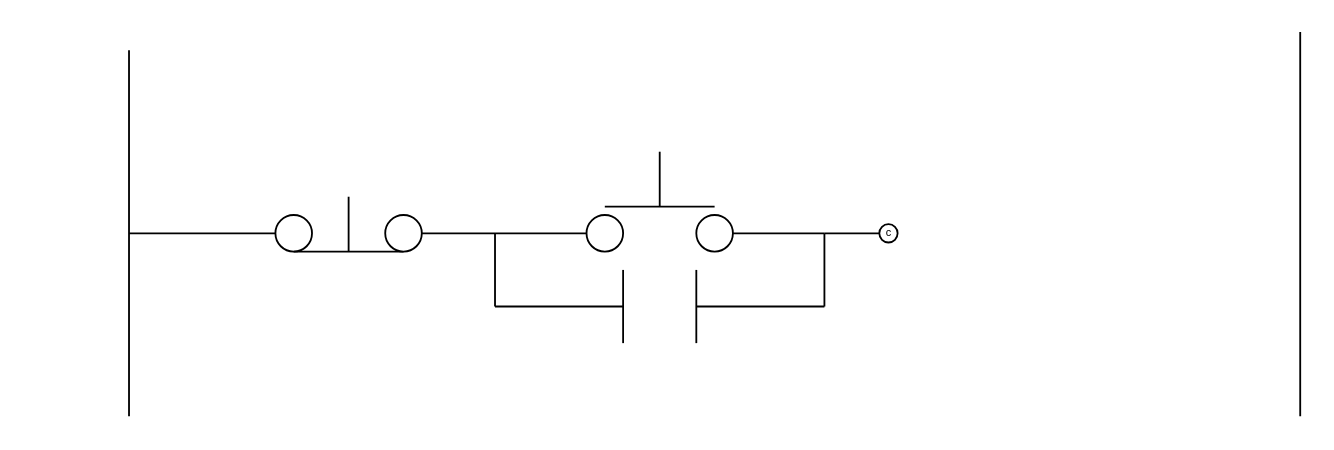
This is Untitled Diagram.drawio from JakeBenjamin/Jakesrepo, a draw.io file, before an edit. Source tidied: cells renumbered, new cells numbered last; positions are measured from the earlier drawing's top-left corner, leaving out a move shared by most shapes. Both pictures are drawn from the tidied source at 183%, with x=0, y=0 at pixel (128, 31).
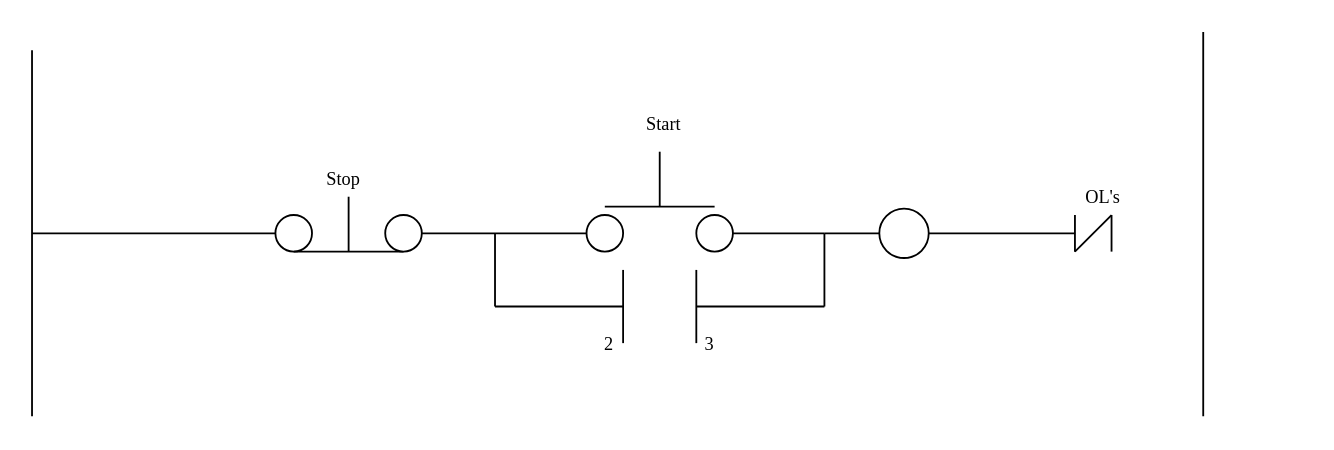
The same diagram, later.

The change refers to these unchanged cells:
```xml
<mxCell id="5" style="ellipse;whiteSpace=wrap;html=1;" parent="1" vertex="1">
  <mxGeometry x="80" y="100" width="20" height="20" as="geometry" />
</mxCell>
```

Diff of the diagram source:
```diff
@@
     <mxCell id="2" style="endArrow=none;html=1;rounded=0;" parent="1" edge="1">
       <mxGeometry relative="1" as="geometry">
-        <mxPoint y="210" as="sourcePoint" />
-        <mxPoint y="10" as="targetPoint" />
+        <mxPoint x="-53" y="210" as="sourcePoint" />
+        <mxPoint x="-53" y="10" as="targetPoint" />
       </mxGeometry>
     </mxCell>
     <mxCell id="3" style="endArrow=none;html=1;rounded=0;" parent="1" edge="1">
       <mxGeometry relative="1" as="geometry">
-        <mxPoint x="640" y="210" as="sourcePoint" />
-        <mxPoint x="640" as="targetPoint" />
+        <mxPoint x="587" y="210" as="sourcePoint" />
+        <mxPoint x="587" as="targetPoint" />
       </mxGeometry>
     </mxCell>
-    <mxCell id="4" style="endArrow=none;html=1;rounded=0;" parent="1" edge="1">
+    <mxCell id="4" style="endArrow=none;html=1;rounded=0;entryX=0;entryY=0.5;entryDx=0;entryDy=0;" parent="1" edge="1" target="5">
       <mxGeometry relative="1" as="geometry">
-        <mxPoint y="110" as="sourcePoint" />
-        <mxPoint x="80" y="110" as="targetPoint" />
+        <mxPoint x="-53" y="110" as="sourcePoint" />
       </mxGeometry>
     </mxCell>
@@
-    <mxCell id="23" style="ellipse;whiteSpace=wrap;html=1;" parent="1" vertex="1">
-      <mxGeometry x="410" y="105" width="10" height="10" as="geometry" />
+    <mxCell id="23" style="ellipse;whiteSpace=wrap;html=1;direction=west;" parent="1" vertex="1">
+      <mxGeometry x="410" y="96.5" width="27" height="27" as="geometry" />
     </mxCell>
+    <mxCell id="25" style="endArrow=none;html=1;rounded=0;fontFamily=Times New Roman;fontSize=10;fontColor=default;exitX=0;exitY=0.5;exitDx=0;exitDy=0;" parent="1" edge="1" source="23">
+      <mxGeometry relative="1" as="geometry">
+        <mxPoint x="517" y="110" as="targetPoint" />
+      </mxGeometry>
+    </mxCell>
+    <mxCell id="26" style="endArrow=none;html=1;rounded=0;fontFamily=Times New Roman;fontSize=10;fontColor=default;" parent="1" edge="1">
+      <mxGeometry relative="1" as="geometry">
+        <mxPoint x="516.9" y="120" as="sourcePoint" />
+        <mxPoint x="516.9" y="100" as="targetPoint" />
+      </mxGeometry>
+    </mxCell>
+    <mxCell id="27" style="endArrow=none;html=1;rounded=0;fontFamily=Times New Roman;fontSize=10;fontColor=default;" parent="1" edge="1">
+      <mxGeometry relative="1" as="geometry">
+        <mxPoint x="536.9" y="120" as="sourcePoint" />
+        <mxPoint x="536.9" y="100" as="targetPoint" />
+      </mxGeometry>
+    </mxCell>
+    <mxCell id="28" style="endArrow=none;html=1;rounded=0;fontFamily=Times New Roman;fontSize=10;fontColor=default;" parent="1" edge="1">
+      <mxGeometry relative="1" as="geometry">
+        <mxPoint x="516.9" y="120" as="sourcePoint" />
+        <mxPoint x="536.9" y="100" as="targetPoint" />
+      </mxGeometry>
+    </mxCell>
+    <mxCell id="29" value="OL's" style="text;html=1;align=center;verticalAlign=middle;strokeColor=none;fillColor=none;fontSize=10;fontFamily=Times New Roman;fontColor=default;" parent="1" vertex="1">
+      <mxGeometry x="517" y="80" width="30" height="20" as="geometry" />
+    </mxCell>
+    <mxCell id="30" value="2" style="text;html=1;align=center;verticalAlign=middle;strokeColor=none;fillColor=none;fontSize=10;fontFamily=Times New Roman;fontColor=default;" parent="1" vertex="1">
+      <mxGeometry x="252" y="160" width="20" height="20" as="geometry" />
+    </mxCell>
-    <mxCell id="24" value="c" style="text;html=1;align=center;verticalAlign=middle;strokeColor=none;fillColor=none;fontSize=6;rotation=0;" parent="1" vertex="1">
-      <mxGeometry x="405" y="105" width="20" height="10" as="geometry" />
+    <mxCell id="24" value="3" style="text;html=1;align=center;verticalAlign=middle;strokeColor=none;fillColor=none;fontSize=10;fontFamily=Times New Roman;fontColor=default;" parent="1" vertex="1">
+      <mxGeometry x="307" y="160" width="20" height="20" as="geometry" />
     </mxCell>
+    <mxCell id="31" value="Start&lt;br&gt;" style="text;html=1;align=center;verticalAlign=middle;strokeColor=none;fillColor=none;fontSize=10;fontFamily=Times New Roman;fontColor=default;" parent="1" vertex="1">
+      <mxGeometry x="277" y="40" width="30" height="20" as="geometry" />
+    </mxCell>
+    <mxCell id="32" value="Stop" style="text;html=1;align=center;verticalAlign=middle;strokeColor=none;fillColor=none;fontSize=10;fontFamily=Times New Roman;fontColor=default;" parent="1" vertex="1">
+      <mxGeometry x="102" y="70" width="30" height="20" as="geometry" />
+    </mxCell>
```
